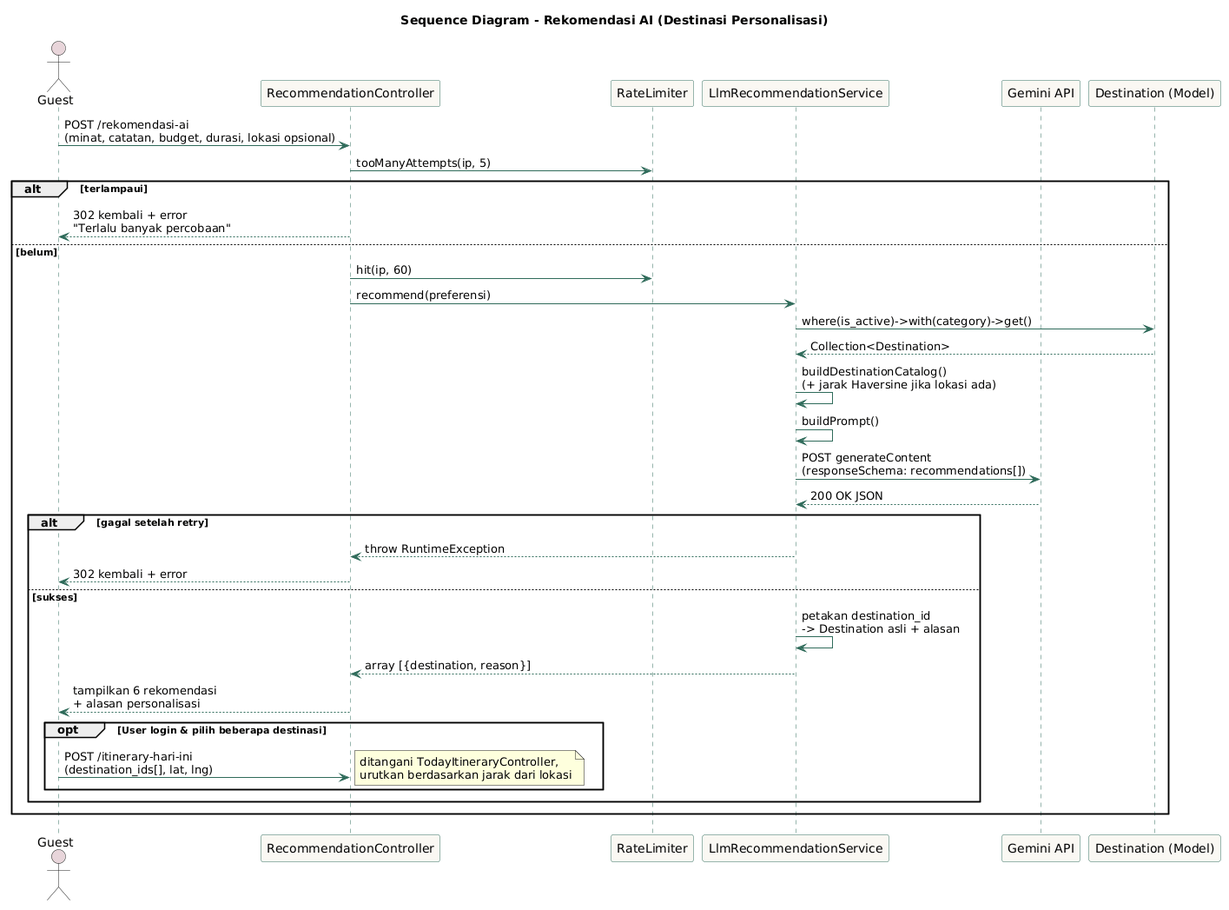
anugrahhhhh/tripplane-jogja-itenary keeps this PlantUML diagram as docs/uml-plantuml/10-sequence-rekomendasi-ai.png. Above is the earlier version. Its diagram source:
```plantuml
@startuml
title Sequence Diagram - Rekomendasi AI (Destinasi Personalisasi)

skinparam sequence {
  ArrowColor #2F6B5A
  LifeLineBorderColor #2F6B5A
  ParticipantBorderColor #2F6B5A
  ParticipantBackgroundColor #FAF8F3
  ActorBackgroundColor #E8D5DA
}

actor Guest as User
participant "RecommendationController" as Ctrl
participant "RateLimiter" as RL
participant "LlmRecommendationService" as Service
participant "Gemini API" as Gemini
participant "Destination (Model)" as Dest

User -> Ctrl : POST /rekomendasi-ai\n(minat, catatan, budget, durasi, lokasi opsional)
Ctrl -> RL : tooManyAttempts(ip, 5)
alt terlampaui
  Ctrl --> User : 302 kembali + error\n"Terlalu banyak percobaan"
else belum
  Ctrl -> RL : hit(ip, 60)
  Ctrl -> Service : recommend(preferensi)
  Service -> Dest : where(is_active)->with(category)->get()
  Dest --> Service : Collection<Destination>
  Service -> Service : buildDestinationCatalog()\n(+ jarak Haversine jika lokasi ada)
  Service -> Service : buildPrompt()
  Service -> Gemini : POST generateContent\n(responseSchema: recommendations[])
  Gemini --> Service : 200 OK JSON

  alt gagal setelah retry
    Service --> Ctrl : throw RuntimeException
    Ctrl --> User : 302 kembali + error
  else sukses
    Service -> Service : petakan destination_id\n-> Destination asli + alasan
    Service --> Ctrl : array [{destination, reason}]
    Ctrl --> User : tampilkan 6 rekomendasi\n+ alasan personalisasi

    opt User login & pilih beberapa destinasi
      User -> Ctrl : POST /itinerary-hari-ini\n(destination_ids[], lat, lng)
      note right : ditangani TodayItineraryController,\nurutkan berdasarkan jarak dari lokasi
    end
  end
end
@enduml
```
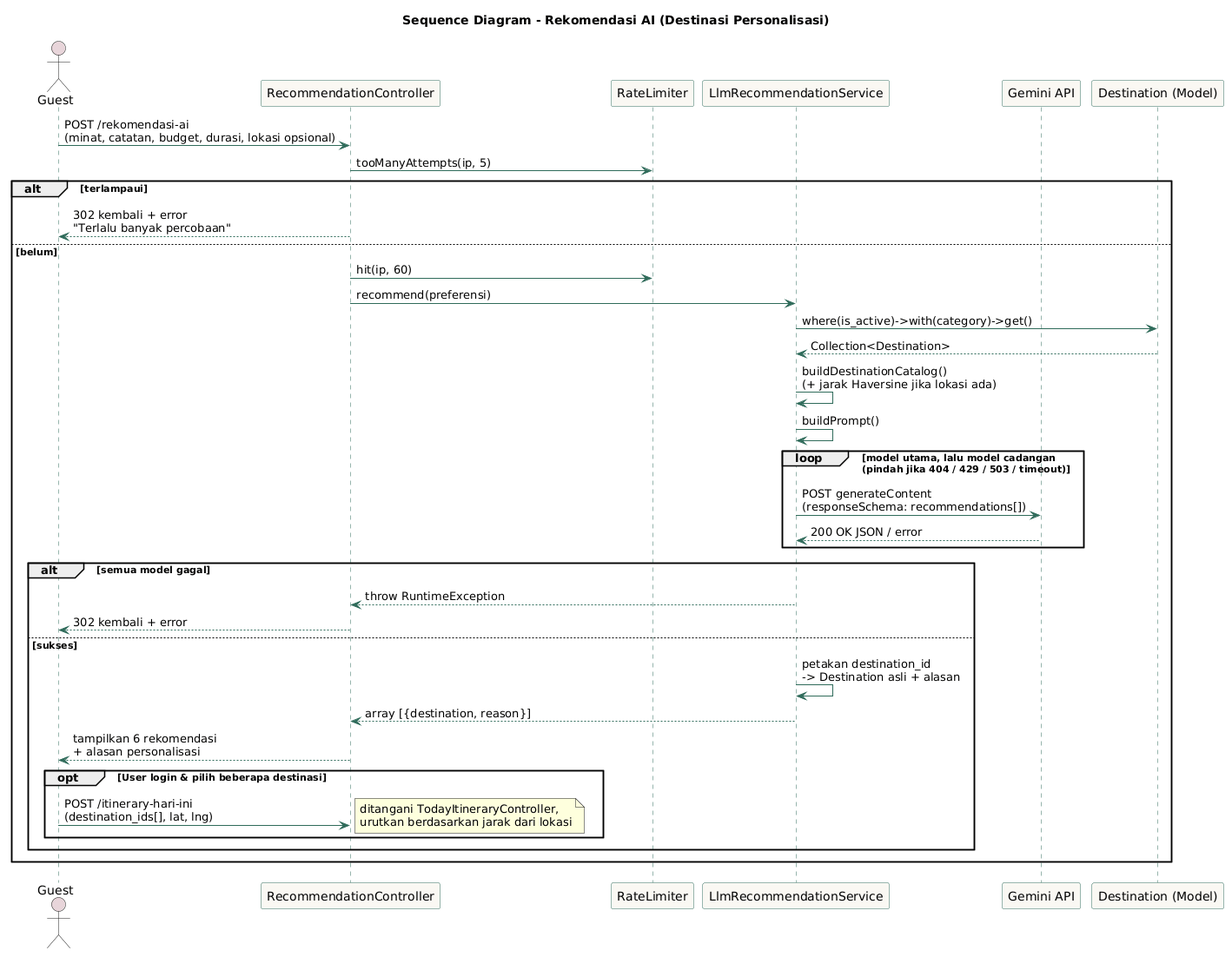
The same file after the commit.

The edit, as a diff of the source:
```diff
@@ -27,10 +27,12 @@
   Dest --> Service : Collection<Destination>
   Service -> Service : buildDestinationCatalog()\n(+ jarak Haversine jika lokasi ada)
   Service -> Service : buildPrompt()
-  Service -> Gemini : POST generateContent\n(responseSchema: recommendations[])
-  Gemini --> Service : 200 OK JSON
+  loop model utama, lalu model cadangan\n(pindah jika 404 / 429 / 503 / timeout)
+    Service -> Gemini : POST generateContent\n(responseSchema: recommendations[])
+    Gemini --> Service : 200 OK JSON / error
+  end
 
-  alt gagal setelah retry
+  alt semua model gagal
     Service --> Ctrl : throw RuntimeException
     Ctrl --> User : 302 kembali + error
   else sukses
```
